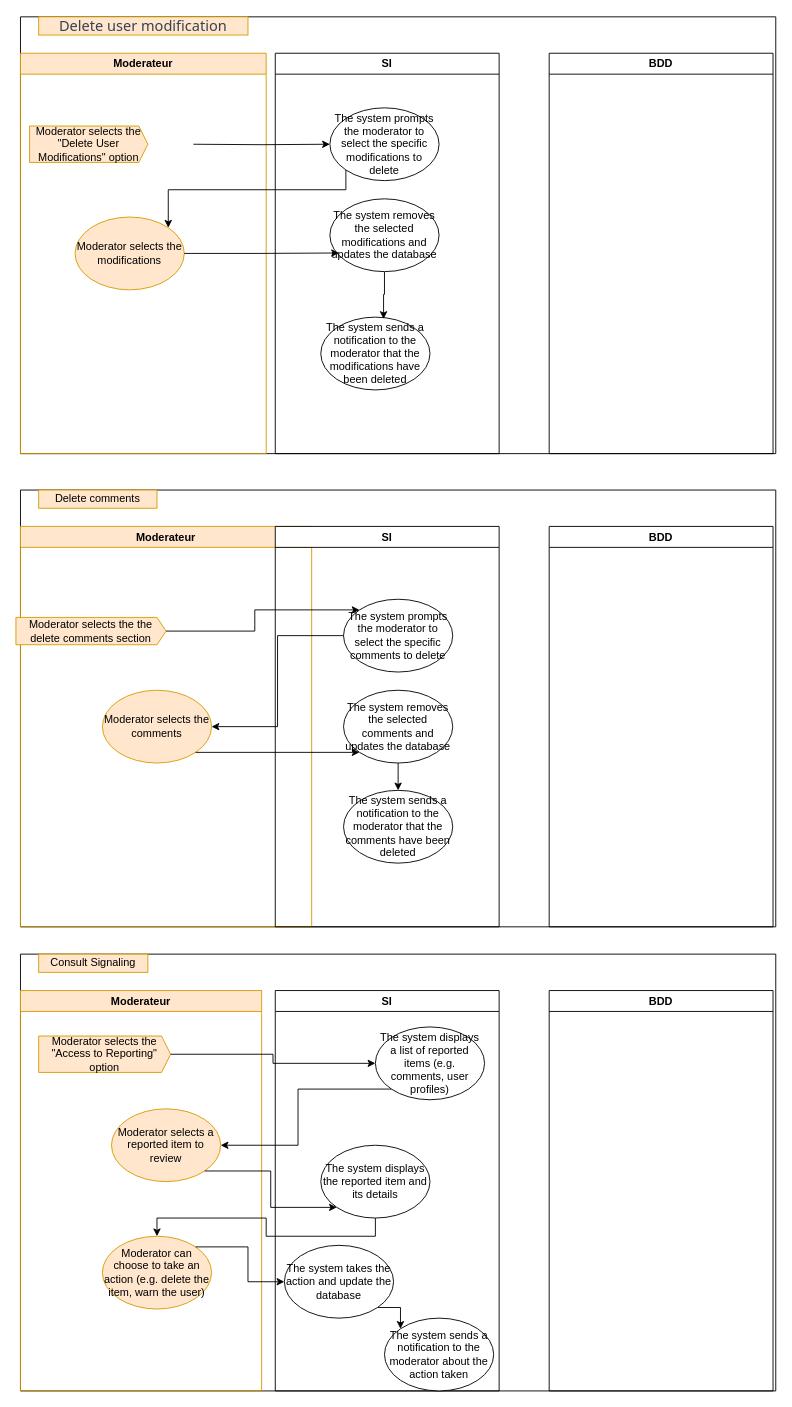
caminomenorca/Projet-bibliotheque-poec keeps this draw.io diagram as page "Diagramme_sequenceModerateur" (4 of 7) of DrawWeBook.drawio. Above is the earlier version. Source tidied: cells renumbered, new cells numbered last; positions are measured from the earlier drawing's top-left corner, leaving out a move shared by most shapes. Both pictures are drawn from the tidied source at 91%, with x=0, y=0 at pixel (15, 16).
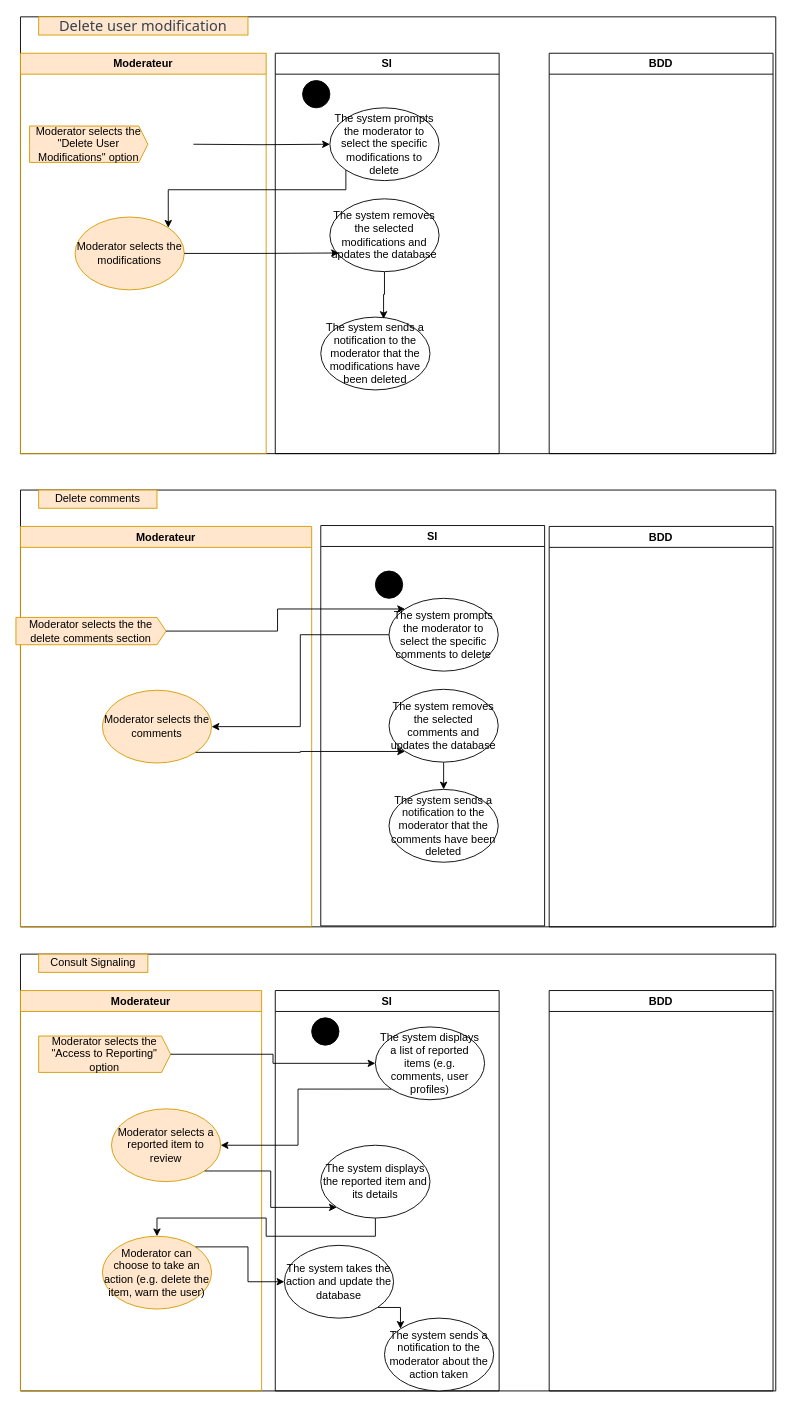
After the change.

Unchanged cells that the change refers to:
```xml
<mxCell id="7" value="SI" style="swimlane;whiteSpace=wrap;html=1;" parent="2" vertex="1">
  <mxGeometry x="280" y="40" width="246" height="440" as="geometry" />
</mxCell>
<mxCell id="16" style="swimlane;startSize=0;" parent="1" vertex="1">
  <mxGeometry x="5" y="520" width="830" height="480" as="geometry" />
</mxCell>
<mxCell id="36" value="SI" style="swimlane;whiteSpace=wrap;html=1;" parent="30" vertex="1">
  <mxGeometry x="280" y="40" width="246" height="440" as="geometry" />
</mxCell>
```

The edit, as a diff of the source:
```diff
@@
+    <mxCell id="48" style="ellipse;fillColor=strokeColor;" parent="7" vertex="1">
+      <mxGeometry x="30" y="30" width="30" height="30" as="geometry" />
+    </mxCell>
@@
     <mxCell id="21" value="SI" style="swimlane;whiteSpace=wrap;html=1;" parent="16" vertex="1">
-      <mxGeometry x="280" y="40" width="246" height="440" as="geometry" />
+      <mxGeometry x="330" y="39" width="246" height="440" as="geometry" />
     </mxCell>
@@
+    <mxCell id="49" style="ellipse;fillColor=strokeColor;" parent="21" vertex="1">
+      <mxGeometry x="60" y="50" width="30" height="30" as="geometry" />
+    </mxCell>
@@
+    <mxCell id="50" style="ellipse;fillColor=strokeColor;" parent="36" vertex="1">
+      <mxGeometry x="40" y="30" width="30" height="30" as="geometry" />
+    </mxCell>
```
